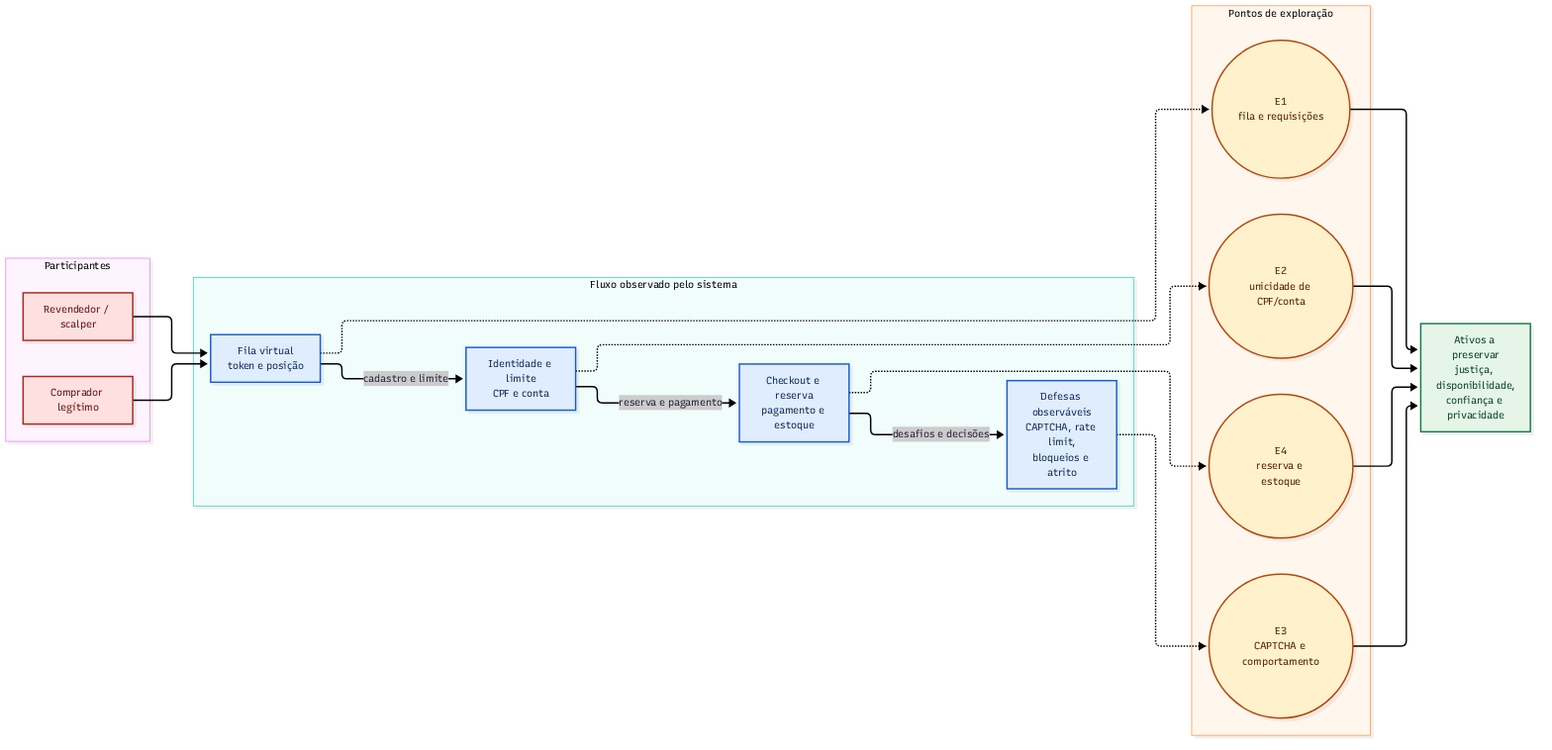
Earlier version of the Mermaid export diagramas/superficie-de-ataque.png (felipehscherer/trabalho-engenharia-adversarial). Its source is kept beside it as diagramas/superficie-de-ataque.mmd.
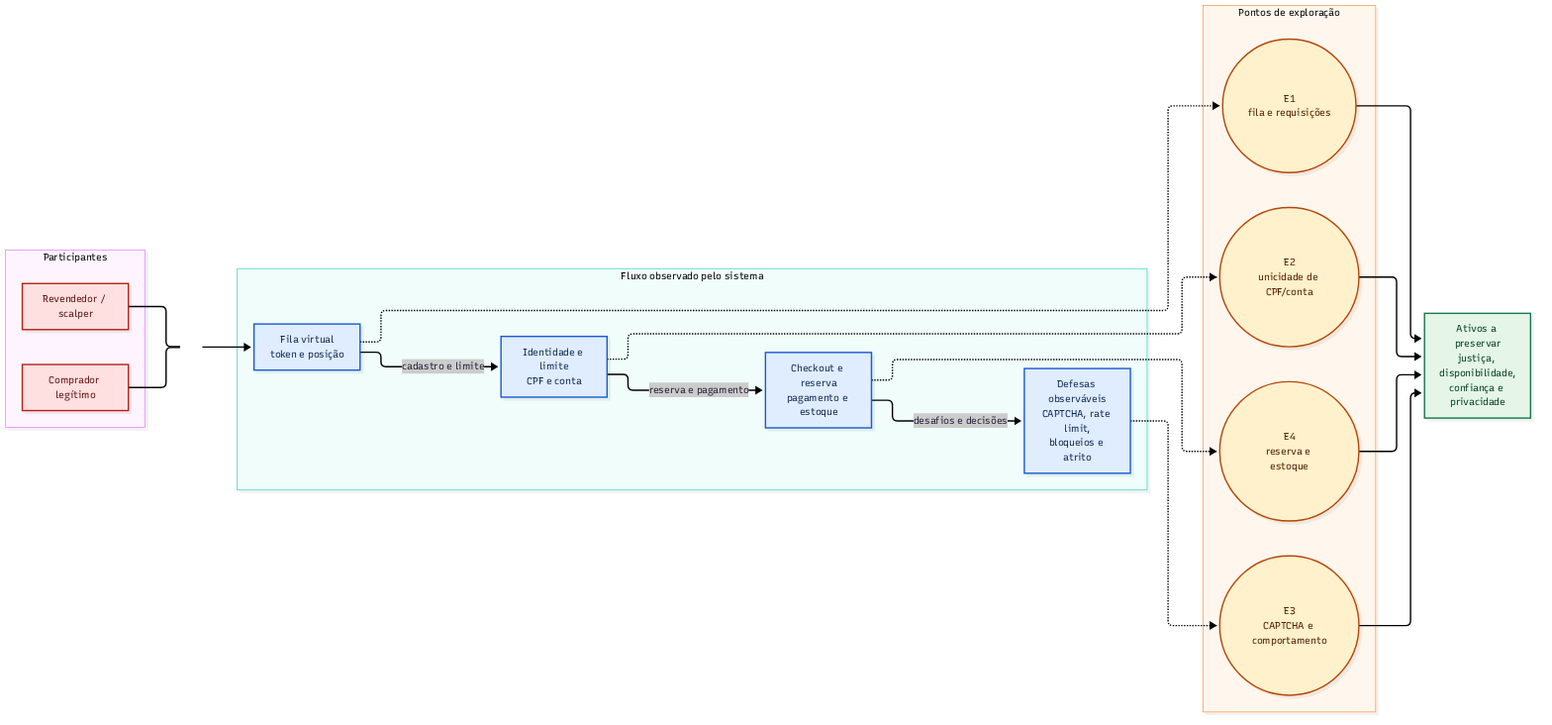
Above is the later version.

Commit message:
docs: espaçar participantes no diagrama de ataque

Diff of the diagram source:
```diff
@@ -1,3 +1,4 @@
+%%{init: {"flowchart": {"nodeSpacing": 80, "rankSpacing": 280}}}%%
 flowchart LR
     subgraph atores["Participantes"]
         direction TB
@@ -25,9 +26,11 @@
     end
 
     A["Ativos a preservar<br/>justiça, disponibilidade,<br/>confiança e privacidade"]
+    J[" "]
 
-    S --> F
-    C --> F
+    S --- J
+    C --- J
+    J --> F
 
     F -.-> E1
     I -.-> E2
@@ -48,3 +51,4 @@
     class F,I,K,D interface
     class E1,E2,E3,E4 exploit
     class A asset
+    style J fill:transparent,stroke:transparent,color:transparent
```
